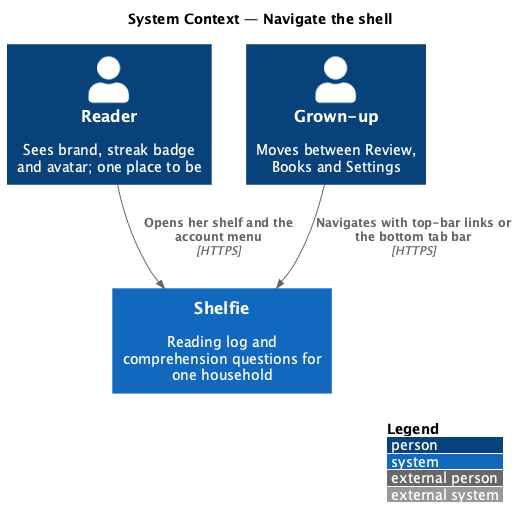
Earlier version of the PlantUML export docs/detailed-designs/shell/navigate-shell/diagrams/c4-context.png (QuinntyneBrown/shelfie). Source of this version:
```plantuml
@startuml
!include <C4/C4_Context>
LAYOUT_WITH_LEGEND()
title System Context — Navigate the shell

Person(reader, "Reader", "Sees brand, streak badge and avatar; one place to be")
Person(grownUp, "Grown-up", "Moves between Review, Books and Settings")
System(shelfie, "Shelfie", "Reading log and comprehension questions for one household")

Rel(reader, shelfie, "Opens her shelf and the account menu", "HTTPS")
Rel(grownUp, shelfie, "Navigates with top-bar links or the bottom tab bar", "HTTPS")
@enduml
```
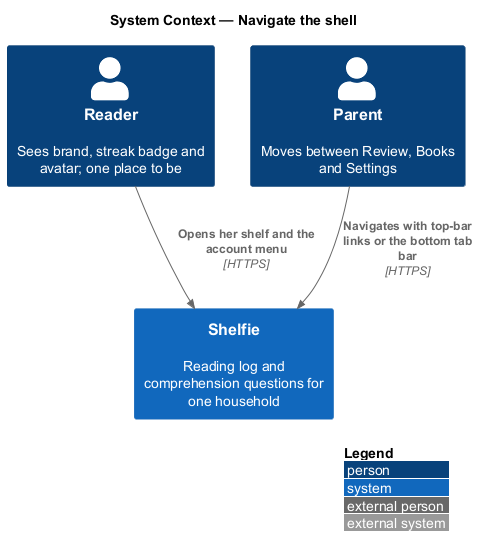
The same diagram one commit later.

Diff of the diagram source:
```diff
@@ -4,7 +4,7 @@
 title System Context — Navigate the shell
 
 Person(reader, "Reader", "Sees brand, streak badge and avatar; one place to be")
-Person(grownUp, "Grown-up", "Moves between Review, Books and Settings")
+Person(grownUp, "Parent", "Moves between Review, Books and Settings")
 System(shelfie, "Shelfie", "Reading log and comprehension questions for one household")
 
 Rel(reader, shelfie, "Opens her shelf and the account menu", "HTTPS")
```
